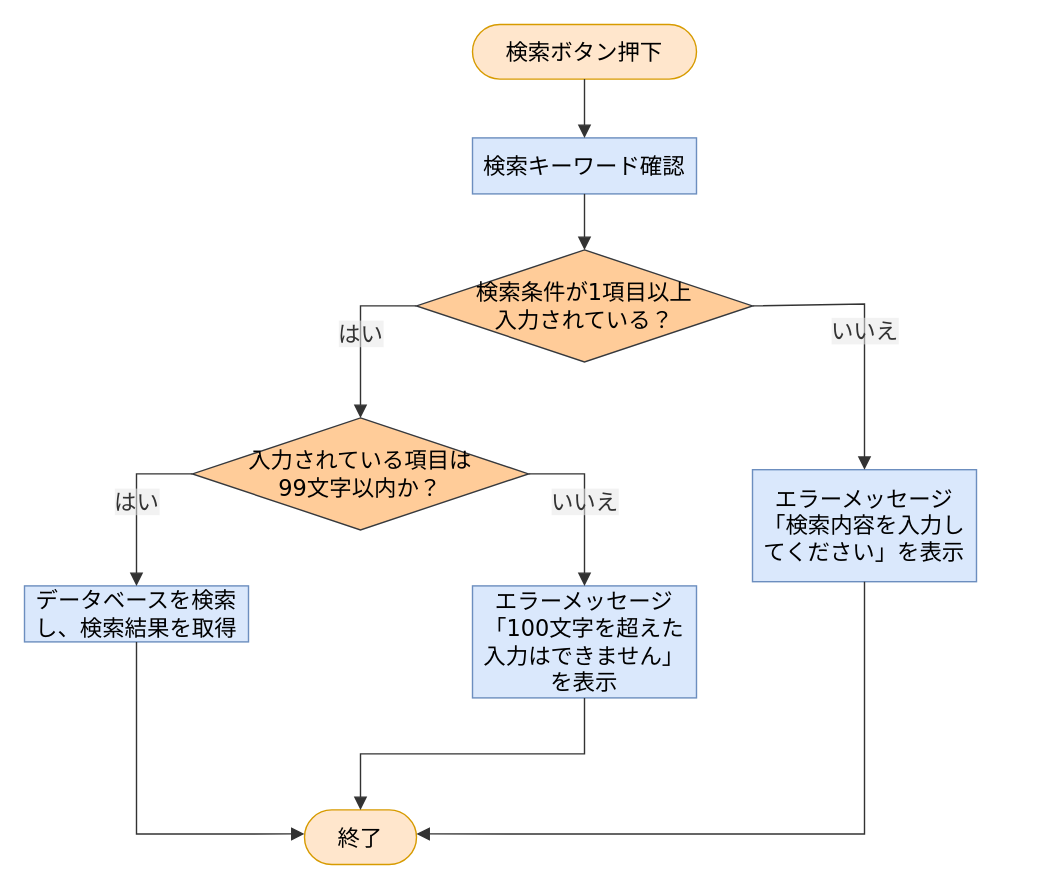
The draw.io diagram 詳細設計書/7班/flowchart/蔵書検索.drawio in rs002421-creator/-, before the edit. Source tidied: cells renumbered, new cells numbered last; positions are measured from the earlier drawing's top-left corner, leaving out a move shared by most shapes. Both pictures are drawn from the tidied source at 140%, with x=0, y=0 at pixel (24, 24).
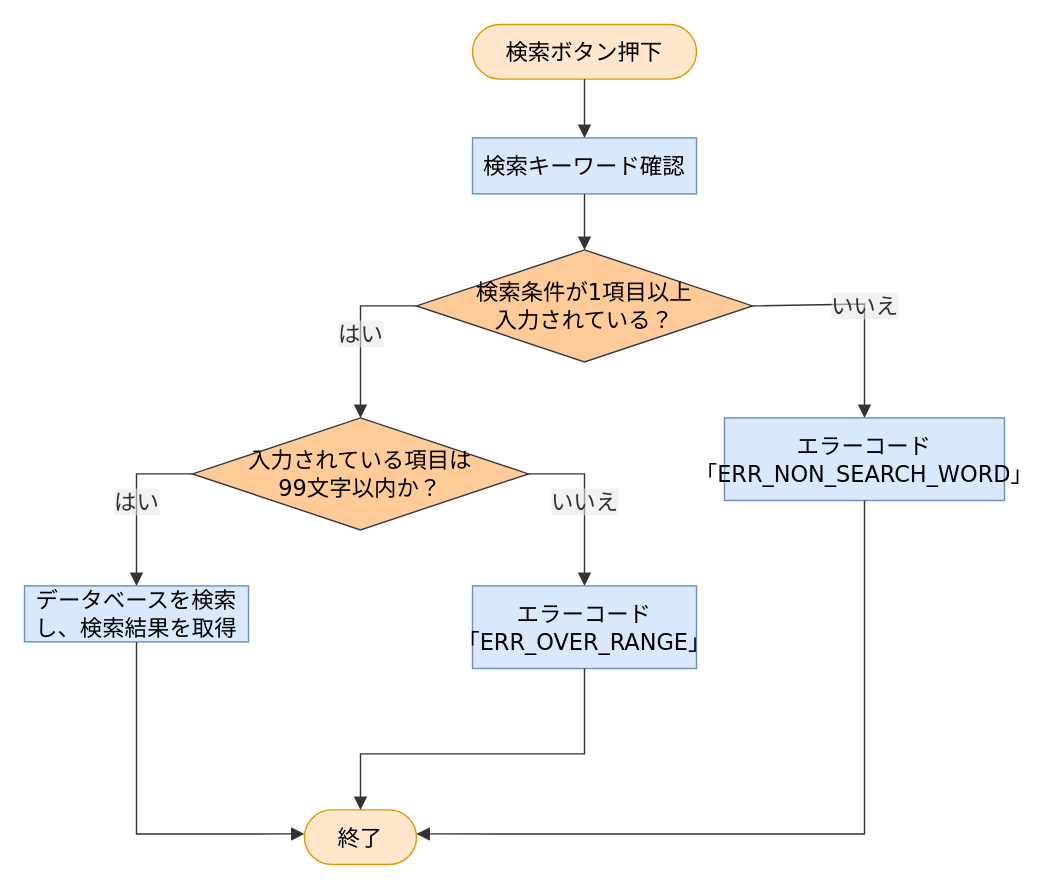
Above is the later version.

What changed in the source:
```diff
@@
-    <mxCell id="6" value="エラーメッセージ「検索内容を⼊⼒してください」を表示" style="html=1;whiteSpace=wrap;strokeWidth=1;fillColor=#dae8fc;strokeColor=#6c8ebf;fontFamily=Trebuchet MS,Verdana,Arial,sans-serif;fontSize=16;" parent="1" vertex="1">
-      <mxGeometry x="520" y="318" width="160" height="80" as="geometry" />
+    <mxCell id="6" value="エラーコード「ERR_NON_SEARCH_WORD」" style="html=1;whiteSpace=wrap;strokeWidth=1;fillColor=#dae8fc;strokeColor=#6c8ebf;fontFamily=Trebuchet MS,Verdana,Arial,sans-serif;fontSize=16;" parent="1" vertex="1">
+      <mxGeometry x="500" y="281" width="200" height="59" as="geometry" />
     </mxCell>
@@
-    <mxCell id="8" value="エラーメッセージ「100⽂字を超えた入力はできません」を表示" style="html=1;whiteSpace=wrap;strokeWidth=1;fillColor=#dae8fc;strokeColor=#6c8ebf;fontFamily=Trebuchet MS,Verdana,Arial,sans-serif;fontSize=16;" parent="1" vertex="1">
-      <mxGeometry x="320" y="401" width="160" height="80" as="geometry" />
+    <mxCell id="8" value="エラーコード「ERR_OVER_RANGE」" style="html=1;whiteSpace=wrap;strokeWidth=1;fillColor=#dae8fc;strokeColor=#6c8ebf;fontFamily=Trebuchet MS,Verdana,Arial,sans-serif;fontSize=16;" parent="1" vertex="1">
+      <mxGeometry x="320" y="401" width="160" height="59" as="geometry" />
     </mxCell>
```
